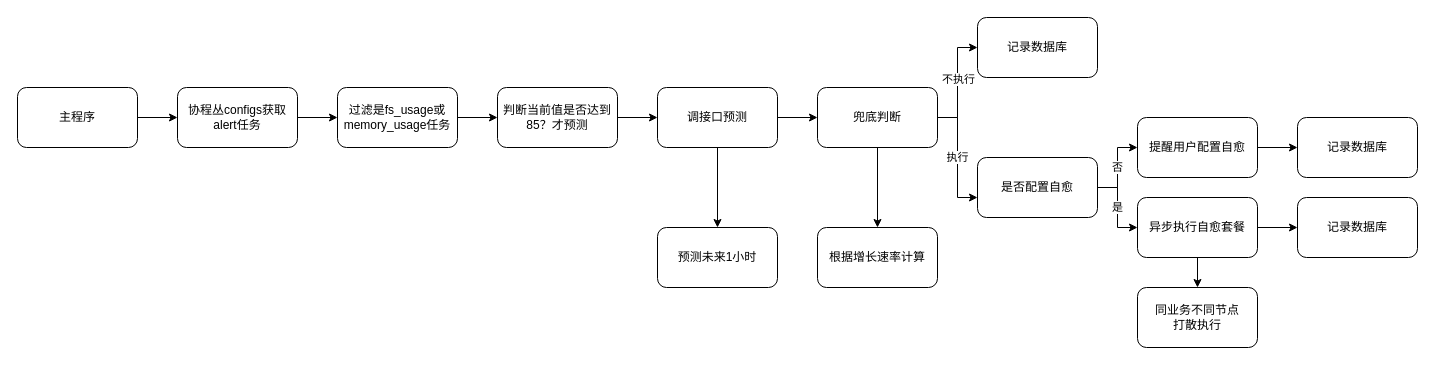
Before: predict.drawio in wupei-w/diagrams, a draw.io diagram. Source tidied: cells renumbered, new cells numbered last; positions are measured from the earlier drawing's top-left corner, leaving out a move shared by most shapes. Both pictures are drawn from the tidied source at 100%, with x=0, y=0 at pixel (17, 17).
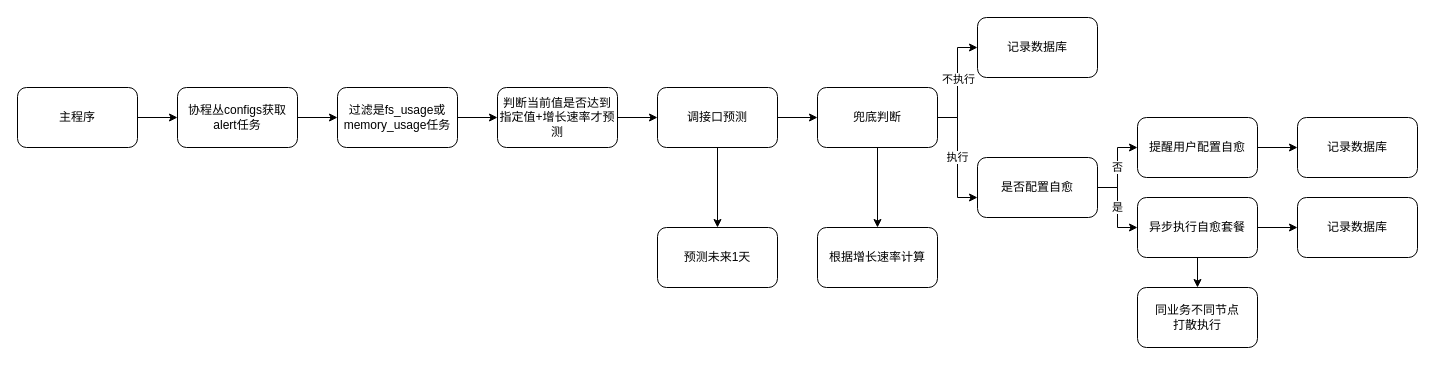
After the change.

Change to the diagram source:
```diff
@@
-    <mxCell id="12" value="判断当前值是否达到85？才预测" style="rounded=1;whiteSpace=wrap;html=1;" parent="1" vertex="1">
+    <mxCell id="12" value="判断当前值是否达到指定值+增长速率才预测" style="rounded=1;whiteSpace=wrap;html=1;" parent="1" vertex="1">
       <mxGeometry x="480" y="70" width="120" height="60" as="geometry" />
     </mxCell>
@@
-    <mxCell id="29" value="预测未来1小时" style="whiteSpace=wrap;html=1;rounded=1;" parent="1" vertex="1">
+    <mxCell id="29" value="预测未来1天" style="whiteSpace=wrap;html=1;rounded=1;" parent="1" vertex="1">
       <mxGeometry x="640" y="210" width="120" height="60" as="geometry" />
     </mxCell>
```
